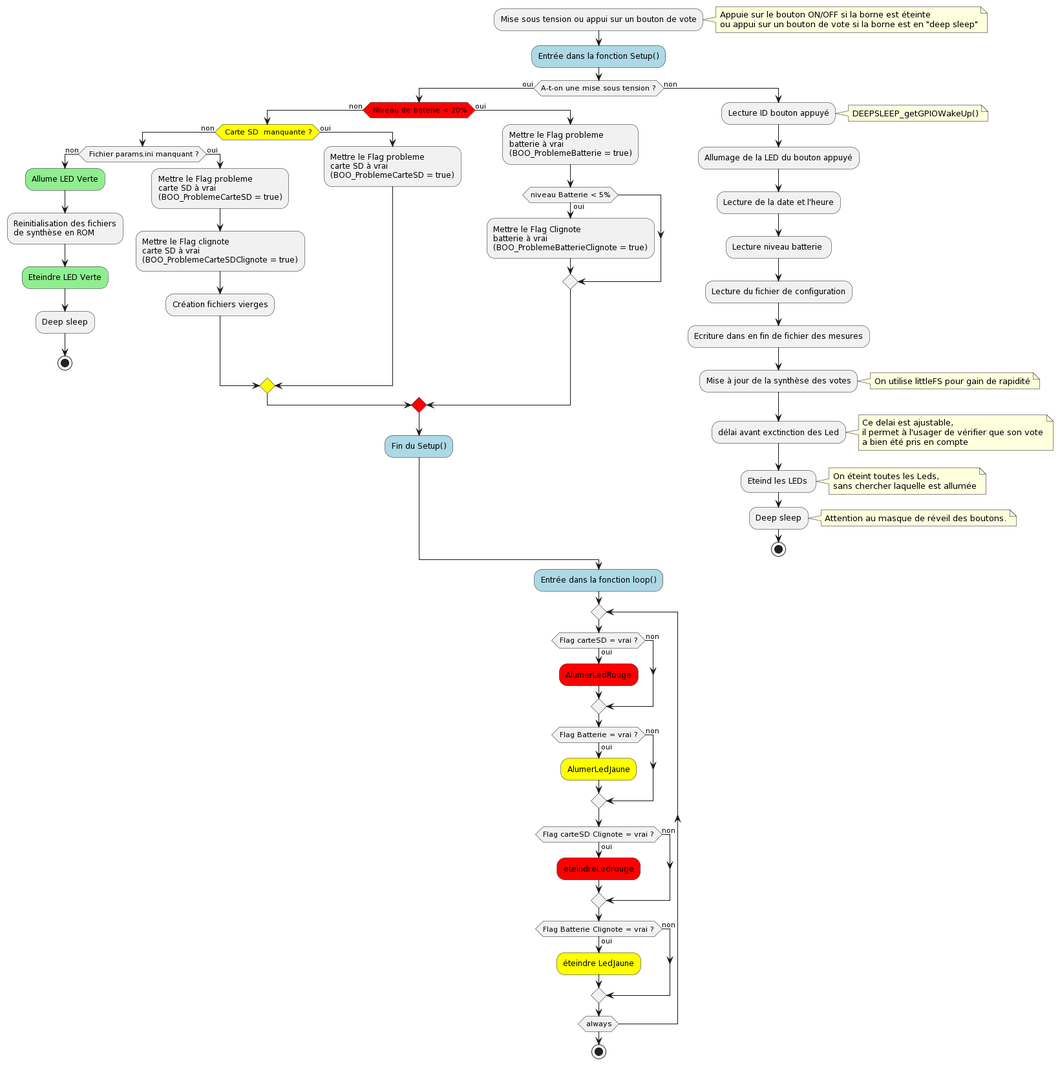
This is Programmation/Microcontroleur/illustrations/Diagrams.png from AlexP20000/borne-satisfaction, a PlantUML export, as it was before one commit.
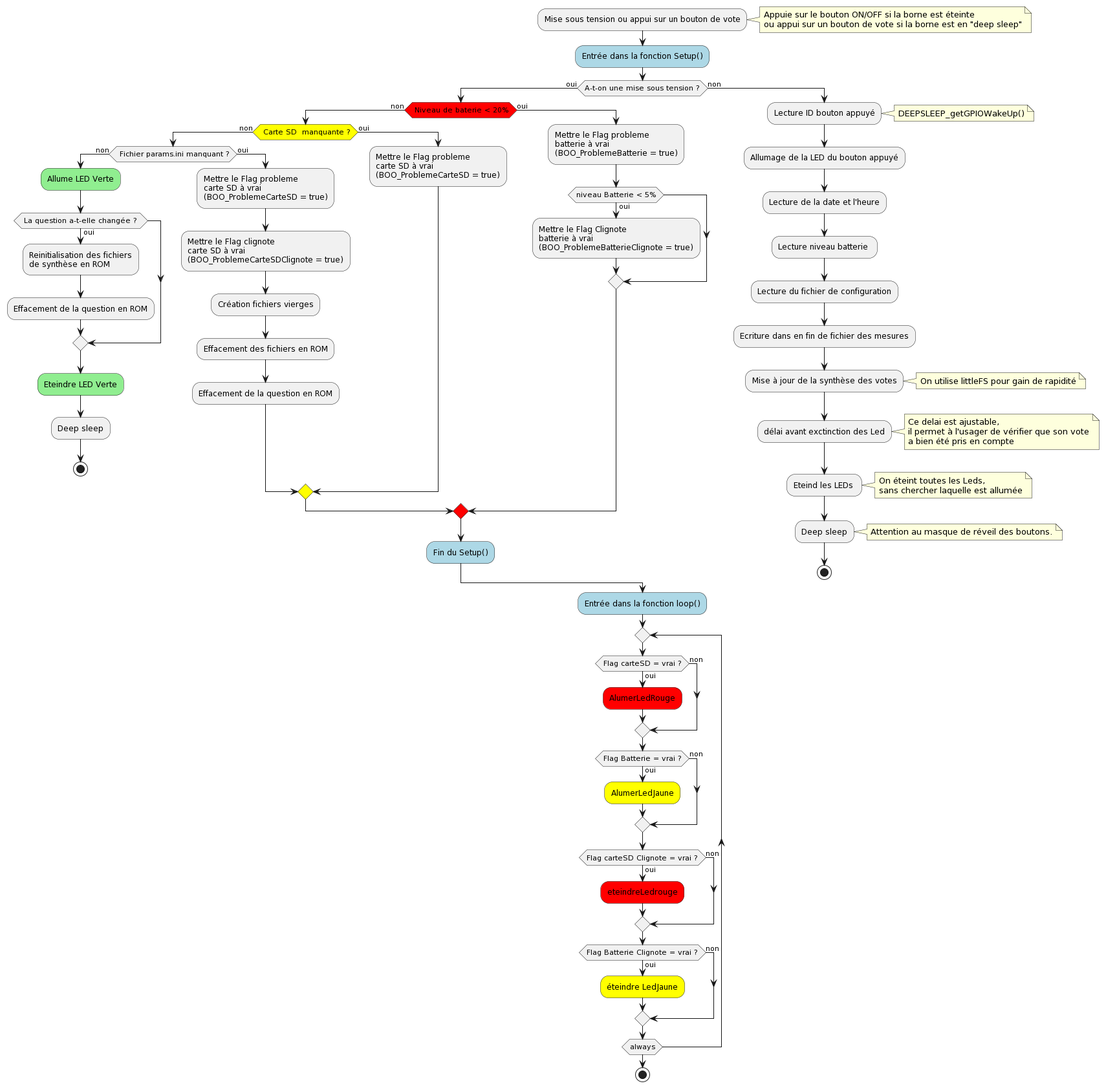
The same diagram one commit later.

Commit message:
Mise à jour alogorythme pour initialisaiton de LittleFS

What changed in the source:
```diff
@@ -11,7 +11,11 @@
 		#yellow:if( Carte SD  manquante ?) then (non)
 			if( Fichier params.ini manquant ?) then (non)
 				#lightgreen:Allume LED Verte;
-				:Reinitialisation des fichiers\nde synthèse en ROM;
+				if( La question a-t-elle changée ? ) then (oui)
+					:Reinitialisation des fichiers\nde synthèse en ROM;
+					:Effacement de la question en ROM;
+				endif
+
 				#lightgreen:Eteindre LED Verte;
 				:Deep sleep;
 				stop
@@ -20,6 +24,8 @@
 				:Mettre le Flag probleme\ncarte SD à vrai\n(BOO_ProblemeCarteSD = true);
 				:Mettre le Flag clignote\ncarte SD à vrai\n(BOO_ProblemeCarteSDClignote = true);
 				:Création fichiers vierges;
+				:Effacement des fichiers en ROM;
+				:Effacement de la question en ROM;
 
 			endif
 		else (oui)
```
